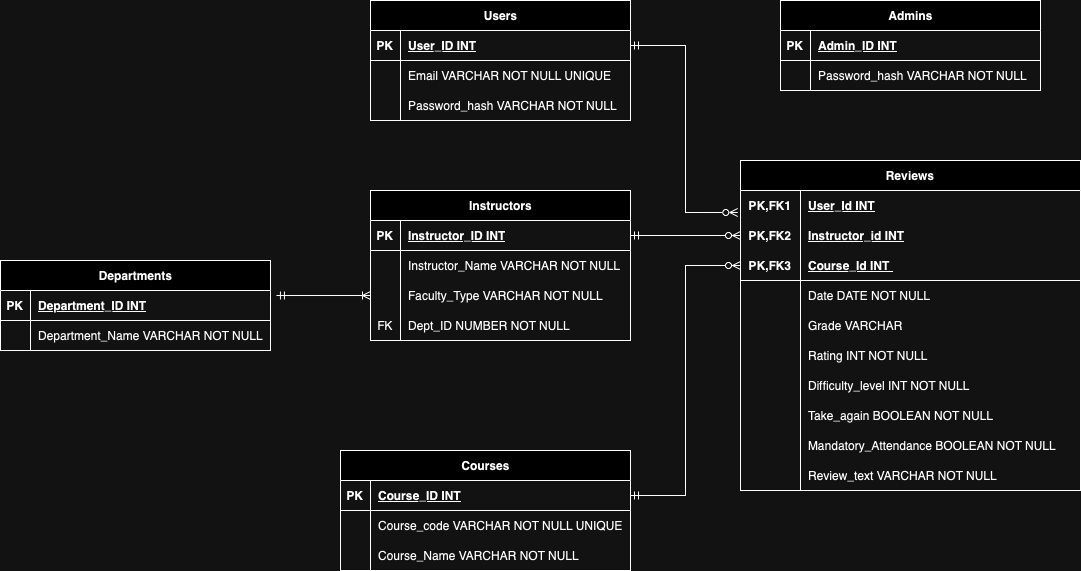
AghaSalikAli/RateYourInstructorApp keeps this draw.io diagram as RateYourInstructor.drawio.png. Above is the earlier version. Source tidied: cells renumbered, new cells last; positions are measured from the earlier drawing's top-left corner, leaving out a move shared by most shapes.
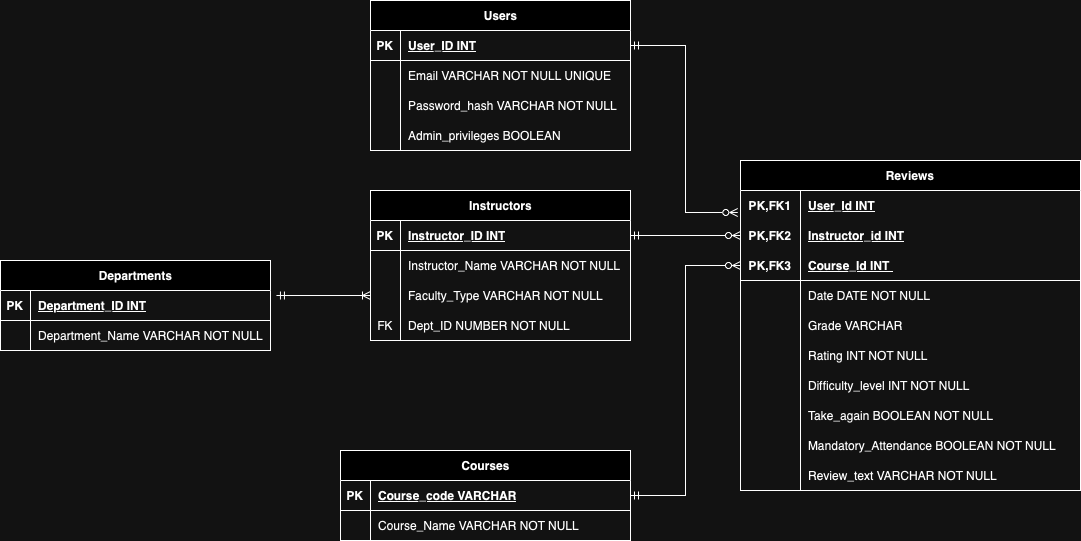
The same diagram one commit later.

Commit message:
admin delete functionality added

The edit, as a diff of the source:
```diff
@@ -63,7 +63,7 @@
       <mxGeometry x="30" width="230" height="30" as="geometry" />
     </mxCell>
     <mxCell id="22" value="Courses" style="shape=table;startSize=30;rowLines=0;fontStyle=1;align=center;html=1;" parent="1" vertex="1">
-      <mxGeometry x="340" y="450" width="290" height="120" as="geometry" />
+      <mxGeometry x="340" y="450" width="290" height="90" as="geometry" />
     </mxCell>
     <mxCell id="23" style="shape=tableRow;horizontal=0;startSize=0;swimlaneHead=0;swimlaneBody=0;fillColor=none;points=[[0,0.5],[1,0.5]];portConstraint=eastwest;top=0;left=0;right=0;bottom=1;" parent="22" vertex="1">
       <mxGeometry y="30" width="290" height="30" as="geometry" />
@@ -71,20 +71,11 @@
     <mxCell id="24" value="PK" style="shape=partialRectangle;fillColor=none;top=0;left=0;bottom=0;right=0;fontStyle=1;overflow=hidden;whiteSpace=wrap;html=1;" parent="23" vertex="1">
       <mxGeometry width="30" height="30" as="geometry" />
     </mxCell>
-    <mxCell id="25" value="Course_ID INT" style="shape=partialRectangle;fillColor=none;top=0;left=0;bottom=0;right=0;align=left;spacingLeft=6;fontStyle=5;overflow=hidden;whiteSpace=wrap;html=1;" parent="23" vertex="1">
+    <mxCell id="25" value="&lt;span style=&quot;text-decoration: none;&quot;&gt;Course_code VARCHAR&lt;/span&gt;" style="shape=partialRectangle;fillColor=none;top=0;left=0;bottom=0;right=0;align=left;spacingLeft=6;fontStyle=5;overflow=hidden;whiteSpace=wrap;html=1;" parent="23" vertex="1">
       <mxGeometry x="30" width="260" height="30" as="geometry" />
     </mxCell>
-    <mxCell id="26" style="shape=tableRow;horizontal=0;startSize=0;swimlaneHead=0;swimlaneBody=0;fillColor=none;top=0;left=0;right=0;bottom=0;" parent="22" vertex="1">
-      <mxGeometry y="60" width="290" height="30" as="geometry" />
-    </mxCell>
-    <mxCell id="27" style="shape=partialRectangle;fillColor=none;top=0;left=0;bottom=0;right=0;overflow=hidden;whiteSpace=wrap;html=1;" parent="26" vertex="1">
-      <mxGeometry width="30" height="30" as="geometry" />
-    </mxCell>
-    <mxCell id="28" value="Course_code VARCHAR NOT NULL UNIQUE" style="shape=partialRectangle;fillColor=none;top=0;left=0;bottom=0;right=0;align=left;spacingLeft=6;overflow=hidden;whiteSpace=wrap;html=1;" parent="26" vertex="1">
-      <mxGeometry x="30" width="260" height="30" as="geometry" />
-    </mxCell>
     <mxCell id="29" style="shape=tableRow;horizontal=0;startSize=0;swimlaneHead=0;swimlaneBody=0;fillColor=none;top=0;left=0;right=0;bottom=0;" parent="22" vertex="1">
-      <mxGeometry y="90" width="290" height="30" as="geometry" />
+      <mxGeometry y="60" width="290" height="30" as="geometry" />
     </mxCell>
     <mxCell id="30" style="shape=partialRectangle;fillColor=none;top=0;left=0;bottom=0;right=0;overflow=hidden;whiteSpace=wrap;html=1;" parent="29" vertex="1">
       <mxGeometry width="30" height="30" as="geometry" />
@@ -96,7 +87,7 @@
       <mxGeometry relative="1" as="geometry" />
     </mxCell>
     <mxCell id="33" value="Users" style="shape=table;startSize=30;rowLines=0;fontStyle=1;align=center;html=1;" parent="1" vertex="1">
-      <mxGeometry x="370" width="260" height="120" as="geometry" />
+      <mxGeometry x="370" width="260" height="150" as="geometry" />
     </mxCell>
     <mxCell id="34" style="shape=tableRow;horizontal=0;startSize=0;swimlaneHead=0;swimlaneBody=0;fillColor=none;points=[[0,0.5],[1,0.5]];portConstraint=eastwest;top=0;left=0;right=0;bottom=1;" parent="33" vertex="1">
       <mxGeometry y="30" width="260" height="30" as="geometry" />
@@ -125,6 +116,15 @@
     <mxCell id="42" value="Password_hash VARCHAR NOT NULL" style="shape=partialRectangle;fillColor=none;top=0;left=0;bottom=0;right=0;align=left;spacingLeft=6;overflow=hidden;whiteSpace=wrap;html=1;" parent="40" vertex="1">
       <mxGeometry x="30" width="230" height="30" as="geometry" />
     </mxCell>
+    <mxCell id="84" style="shape=tableRow;horizontal=0;startSize=0;swimlaneHead=0;swimlaneBody=0;fillColor=none;top=0;left=0;right=0;bottom=0;" parent="33" vertex="1">
+      <mxGeometry y="120" width="260" height="30" as="geometry" />
+    </mxCell>
+    <mxCell id="85" style="shape=partialRectangle;fillColor=none;top=0;left=0;bottom=0;right=0;overflow=hidden;whiteSpace=wrap;html=1;" parent="84" vertex="1">
+      <mxGeometry width="30" height="30" as="geometry" />
+    </mxCell>
+    <mxCell id="86" value="Admin_privileges BOOLEAN&amp;nbsp;" style="shape=partialRectangle;fillColor=none;top=0;left=0;bottom=0;right=0;align=left;spacingLeft=6;overflow=hidden;whiteSpace=wrap;html=1;" parent="84" vertex="1">
+      <mxGeometry x="30" width="230" height="30" as="geometry" />
+    </mxCell>
     <mxCell id="43" value="Reviews" style="shape=table;startSize=30;rowLines=0;fontStyle=1;align=center;html=1;whiteSpace=wrap;" parent="1" vertex="1">
       <mxGeometry x="740" y="160" width="340" height="330" as="geometry" />
     </mxCell>
@@ -227,26 +227,5 @@
     <mxCell id="76" style="edgeStyle=orthogonalEdgeStyle;rounded=0;jettySize=auto;html=1;entryX=1;entryY=0.5;entryDx=0;entryDy=0;endArrow=ERmandOne;endFill=0;startArrow=ERzeroToMany;startFill=0;" parent="1" edge="1" source="50" target="23">
       <mxGeometry relative="1" as="geometry" />
     </mxCell>
-    <mxCell id="77" value="Admins" style="shape=table;startSize=30;rowLines=0;fontStyle=1;align=center;html=1;" parent="1" vertex="1">
-      <mxGeometry x="780" width="260" height="90" as="geometry" />
-    </mxCell>
-    <mxCell id="78" style="shape=tableRow;horizontal=0;startSize=0;swimlaneHead=0;swimlaneBody=0;fillColor=none;top=0;left=0;right=0;bottom=1;" parent="77" vertex="1">
-      <mxGeometry y="30" width="260" height="30" as="geometry" />
-    </mxCell>
-    <mxCell id="79" value="PK" style="shape=partialRectangle;fillColor=none;top=0;left=0;bottom=0;right=0;fontStyle=1;overflow=hidden;whiteSpace=wrap;html=1;" parent="78" vertex="1">
-      <mxGeometry width="30" height="30" as="geometry" />
-    </mxCell>
-    <mxCell id="80" value="Admin_ID INT" style="shape=partialRectangle;fillColor=none;top=0;left=0;bottom=0;right=0;align=left;spacingLeft=6;fontStyle=5;overflow=hidden;whiteSpace=wrap;html=1;" parent="78" vertex="1">
-      <mxGeometry x="30" width="230" height="30" as="geometry" />
-    </mxCell>
-    <mxCell id="81" style="shape=tableRow;horizontal=0;startSize=0;swimlaneHead=0;swimlaneBody=0;fillColor=none;top=0;left=0;right=0;bottom=0;" parent="77" vertex="1">
-      <mxGeometry y="60" width="260" height="30" as="geometry" />
-    </mxCell>
-    <mxCell id="82" style="shape=partialRectangle;fillColor=none;top=0;left=0;bottom=0;right=0;overflow=hidden;whiteSpace=wrap;html=1;" parent="81" vertex="1">
-      <mxGeometry width="30" height="30" as="geometry" />
-    </mxCell>
-    <mxCell id="83" value="Password_hash VARCHAR NOT NULL" style="shape=partialRectangle;fillColor=none;top=0;left=0;bottom=0;right=0;align=left;spacingLeft=6;overflow=hidden;whiteSpace=wrap;html=1;" parent="81" vertex="1">
-      <mxGeometry x="30" width="230" height="30" as="geometry" />
-    </mxCell>
   </root>
 </mxGraphModel>
```
